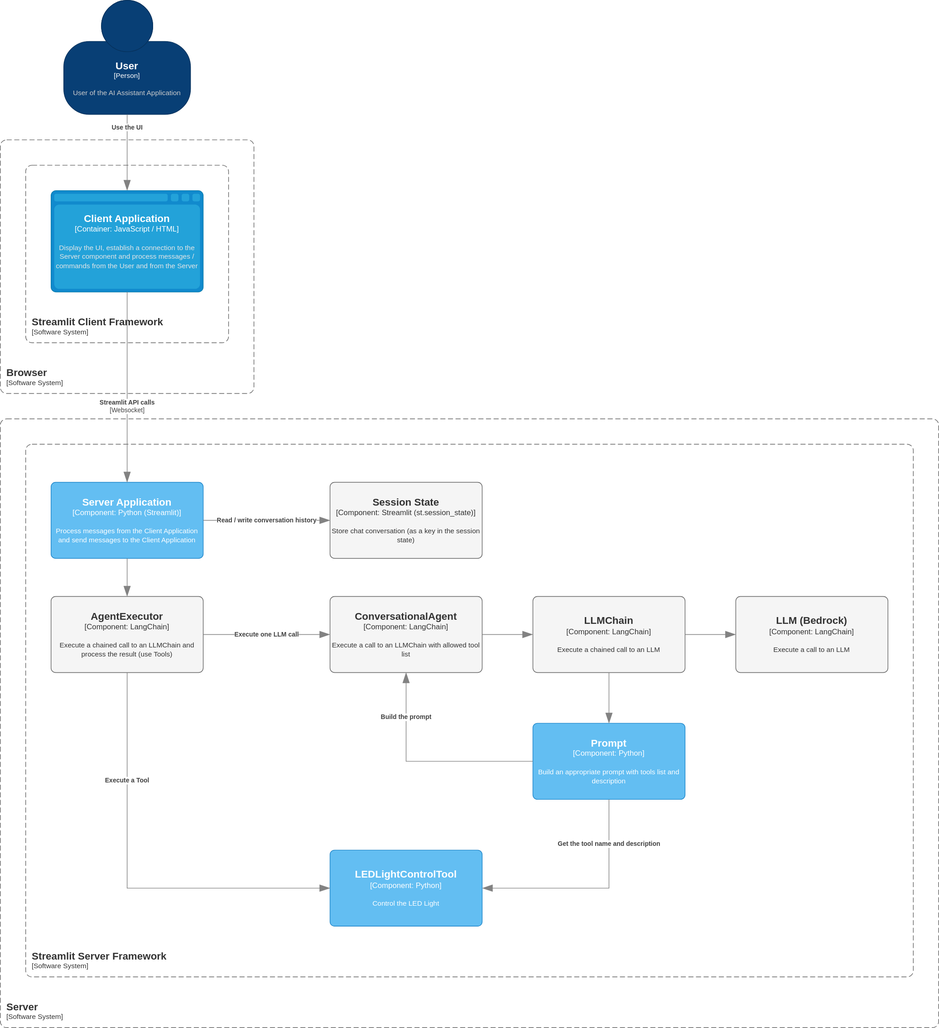
Earlier version of the draw.io export docs/diagrams/overview.svg (andrei-gavrila/ai-assistant). Source tidied: cells renumbered, new cells last; positions are measured from the earlier drawing's top-left corner, leaving out a move shared by most shapes.
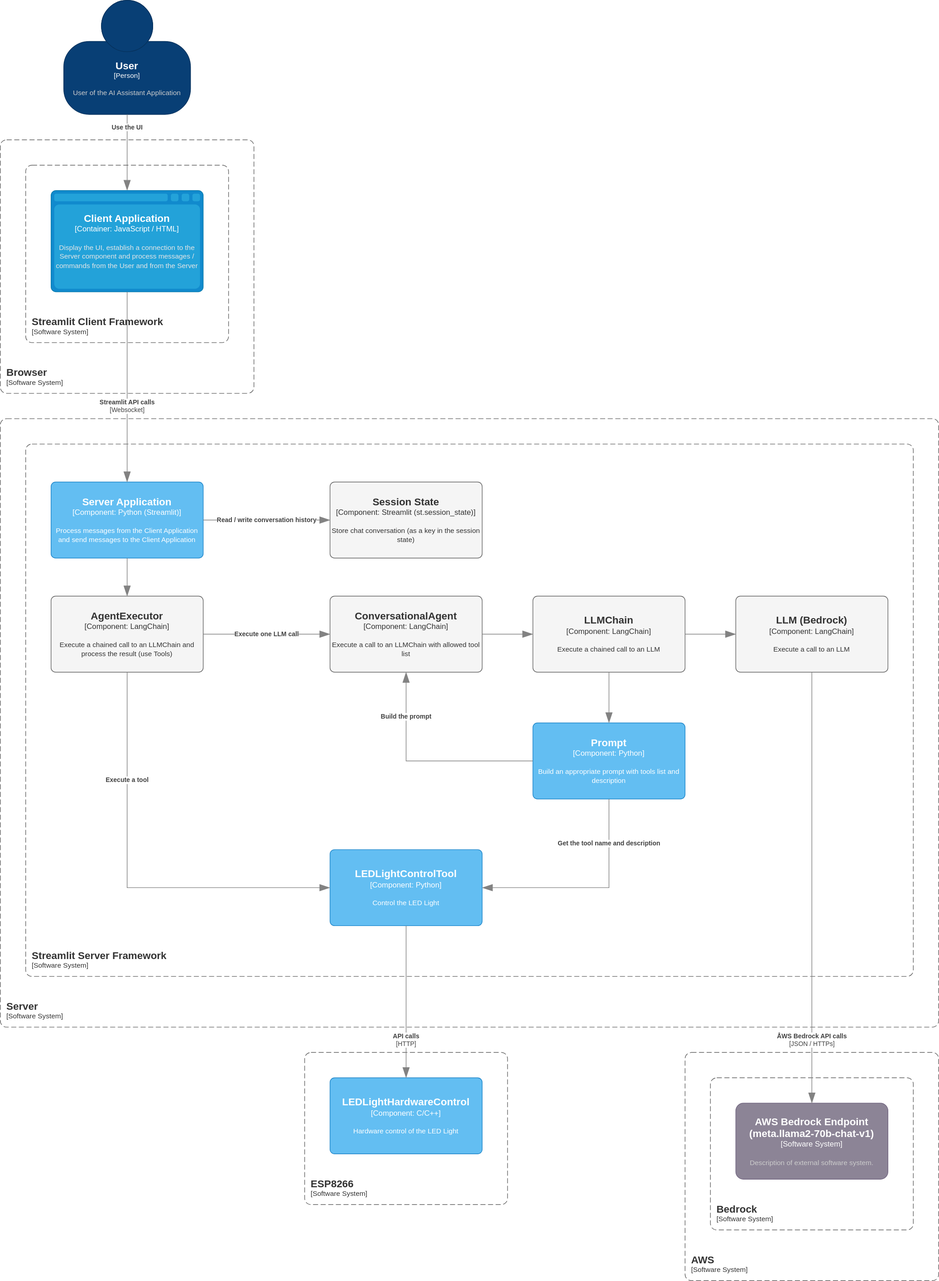
The same diagram one commit later.

Commit message:
docs: update the overview diagram

Change to the diagram source:
```diff
@@ -112,7 +112,7 @@
         <mxGeometry relative="1" as="geometry" />
       </mxCell>
     </object>
-    <object id="23" label="&lt;div style=&quot;text-align: left&quot;&gt;&lt;div style=&quot;text-align: center&quot;&gt;&lt;b&gt;%c4Description%&lt;/b&gt;&lt;/div&gt;" c4Description="Execute a Tool" c4Type="Relationship" placeholders="1">
+    <object id="23" label="&lt;div style=&quot;text-align: left&quot;&gt;&lt;div style=&quot;text-align: center&quot;&gt;&lt;b&gt;%c4Description%&lt;/b&gt;&lt;/div&gt;" c4Description="Execute a tool" c4Type="Relationship" placeholders="1">
       <mxCell style="endArrow=blockThin;html=1;fontSize=10;fontColor=#404040;strokeWidth=1;endFill=1;strokeColor=#828282;elbow=vertical;endSize=14;startSize=14;jumpStyle=arc;jumpSize=16;rounded=0;edgeStyle=orthogonalEdgeStyle;exitX=0.5;exitY=1;exitDx=0;exitDy=0;exitPerimeter=0;entryX=0;entryY=0.5;entryDx=0;entryDy=0;entryPerimeter=0;" parent="1" edge="1" source="13" target="15">
         <mxGeometry x="-0.48" relative="1" as="geometry" />
       </mxCell>
@@ -132,5 +132,43 @@
         <mxGeometry x="-0.59" relative="1" as="geometry" />
       </mxCell>
     </object>
+    <object id="27" label="&lt;font style=&quot;font-size: 16px&quot;&gt;&lt;b&gt;&lt;div style=&quot;text-align: left&quot;&gt;%c4Name%&lt;/div&gt;&lt;/b&gt;&lt;/font&gt;&lt;div style=&quot;text-align: left&quot;&gt;[%c4Application%]&lt;/div&gt;" c4Application="Software System" c4Name="AWS" c4Type="SystemScopeBoundary" placeholders="1">
+      <mxCell style="rounded=1;fontSize=11;whiteSpace=wrap;html=1;dashed=1;arcSize=20;fillColor=none;strokeColor=#666666;fontColor=#333333;labelBackgroundColor=none;align=left;verticalAlign=bottom;labelBorderColor=none;spacingTop=0;spacing=10;dashPattern=8 4;perimeter=rectanglePerimeter;noLabel=0;labelPadding=0;absoluteArcSize=1;" parent="1" vertex="1">
+        <mxGeometry x="1080" y="1660" width="400" height="360" as="geometry" />
+      </mxCell>
+    </object>
+    <object id="28" label="&lt;font style=&quot;font-size: 16px&quot;&gt;&lt;b&gt;&lt;div style=&quot;text-align: left&quot;&gt;%c4Name%&lt;/div&gt;&lt;/b&gt;&lt;/font&gt;&lt;div style=&quot;text-align: left&quot;&gt;[%c4Application%]&lt;/div&gt;" c4Application="Software System" c4Name="Bedrock" c4Type="SystemScopeBoundary" placeholders="1">
+      <mxCell style="rounded=1;fontSize=11;whiteSpace=wrap;html=1;dashed=1;arcSize=20;fillColor=none;strokeColor=#666666;fontColor=#333333;labelBackgroundColor=none;align=left;verticalAlign=bottom;labelBorderColor=none;spacingTop=0;spacing=10;dashPattern=8 4;perimeter=rectanglePerimeter;noLabel=0;labelPadding=0;absoluteArcSize=1;" parent="1" vertex="1">
+        <mxGeometry x="1120" y="1700" width="320" height="240" as="geometry" />
+      </mxCell>
+    </object>
+    <object id="29" label="&lt;font style=&quot;font-size: 16px&quot;&gt;&lt;b&gt;%c4Name%&lt;/b&gt;&lt;/font&gt;&lt;div&gt;[%c4Type%]&lt;/div&gt;&lt;br&gt;&lt;div&gt;&lt;font style=&quot;font-size: 11px&quot;&gt;&lt;font color=&quot;#cccccc&quot;&gt;%c4Description%&lt;/font&gt;&lt;/div&gt;" c4Description="Description of external software system." c4Name="AWS Bedrock Endpoint (meta.llama2-70b-chat-v1)" c4Type="Software System" placeholders="1">
+      <mxCell style="rounded=1;whiteSpace=wrap;html=1;labelBackgroundColor=none;fillColor=#8C8496;fontColor=#ffffff;align=center;arcSize=10;strokeColor=#736782;points=[[0.25,0,0],[0.5,0,0],[0.75,0,0],[1,0.25,0],[1,0.5,0],[1,0.75,0],[0.75,1,0],[0.5,1,0],[0.25,1,0],[0,0.75,0],[0,0.5,0],[0,0.25,0]];" parent="1" vertex="1">
+        <mxGeometry x="1160" y="1740" width="240" height="120" as="geometry" />
+      </mxCell>
+    </object>
+    <object id="30" label="&lt;div style=&quot;text-align: left&quot;&gt;&lt;div style=&quot;text-align: center&quot;&gt;&lt;b&gt;%c4Description%&lt;/b&gt;&lt;/div&gt;&lt;div style=&quot;text-align: center&quot;&gt;[%c4Technology%]&lt;/div&gt;&lt;/div&gt;" c4Description="ÅWS Bedrock API calls" c4Technology="JSON / HTTPs" c4Type="Relationship" placeholders="1">
+      <mxCell style="endArrow=blockThin;html=1;fontSize=10;fontColor=#404040;strokeWidth=1;endFill=1;strokeColor=#828282;elbow=vertical;endSize=14;startSize=14;jumpStyle=arc;jumpSize=16;rounded=0;edgeStyle=orthogonalEdgeStyle;entryX=0.5;entryY=0;entryDx=0;entryDy=0;entryPerimeter=0;exitX=0.5;exitY=1;exitDx=0;exitDy=0;exitPerimeter=0;" parent="1" edge="1" source="19" target="29">
+        <mxGeometry x="0.71" relative="1" as="geometry" />
+      </mxCell>
+    </object>
+    <object id="31" label="&lt;font style=&quot;font-size: 16px&quot;&gt;&lt;b&gt;&lt;div style=&quot;text-align: left&quot;&gt;%c4Name%&lt;/div&gt;&lt;/b&gt;&lt;/font&gt;&lt;div style=&quot;text-align: left&quot;&gt;[%c4Application%]&lt;/div&gt;" c4Application="Software System" c4Name="ESP8266" c4Type="SystemScopeBoundary" placeholders="1">
+      <mxCell style="rounded=1;fontSize=11;whiteSpace=wrap;html=1;dashed=1;arcSize=20;fillColor=none;strokeColor=#666666;fontColor=#333333;labelBackgroundColor=none;align=left;verticalAlign=bottom;labelBorderColor=none;spacingTop=0;spacing=10;dashPattern=8 4;perimeter=rectanglePerimeter;noLabel=0;labelPadding=0;absoluteArcSize=1;" parent="1" vertex="1">
+        <mxGeometry x="480" y="1660" width="320" height="240" as="geometry" />
+      </mxCell>
+    </object>
+    <object id="32" label="&lt;font style=&quot;font-size: 16px&quot;&gt;&lt;b&gt;%c4Name%&lt;/b&gt;&lt;/font&gt;&lt;div&gt;[%c4Type%: %c4Technology%]&lt;/div&gt;&lt;br&gt;&lt;div&gt;&lt;font style=&quot;font-size: 11px&quot;&gt;%c4Description%&lt;/font&gt;&lt;/div&gt;" c4Description="Hardware control of the LED Light" c4Name="LEDLightHardwareControl" c4Technology="C/C++" c4Type="Component" placeholders="1">
+      <mxCell style="rounded=1;whiteSpace=wrap;html=1;labelBackgroundColor=none;fillColor=#63BEF2;fontColor=#ffffff;align=center;arcSize=6;strokeColor=#2086C9;" parent="1" vertex="1">
+        <mxGeometry x="520" y="1700" width="240" height="120" as="geometry" />
+      </mxCell>
+    </object>
+    <object id="33" label="&lt;div style=&quot;text-align: left&quot;&gt;&lt;div style=&quot;text-align: center&quot;&gt;&lt;b&gt;%c4Description%&lt;/b&gt;&lt;/div&gt;&lt;div style=&quot;text-align: center&quot;&gt;[%c4Technology%]&lt;/div&gt;&lt;/div&gt;" c4Description="API calls" c4Technology="HTTP" c4Type="Relationship" placeholders="1">
+      <mxCell style="endArrow=blockThin;html=1;fontSize=10;fontColor=#404040;strokeWidth=1;endFill=1;strokeColor=#828282;elbow=vertical;endSize=14;startSize=14;jumpStyle=arc;jumpSize=16;rounded=0;edgeStyle=orthogonalEdgeStyle;exitX=0.5;exitY=1;exitDx=0;exitDy=0;exitPerimeter=0;" parent="1" edge="1" source="15">
+        <mxGeometry x="0.5" relative="1" as="geometry">
+          <mxPoint x="640" y="1700" as="targetPoint" />
+          <mxPoint y="1" as="offset" />
+        </mxGeometry>
+      </mxCell>
+    </object>
   </root>
 </mxGraphModel>
```
